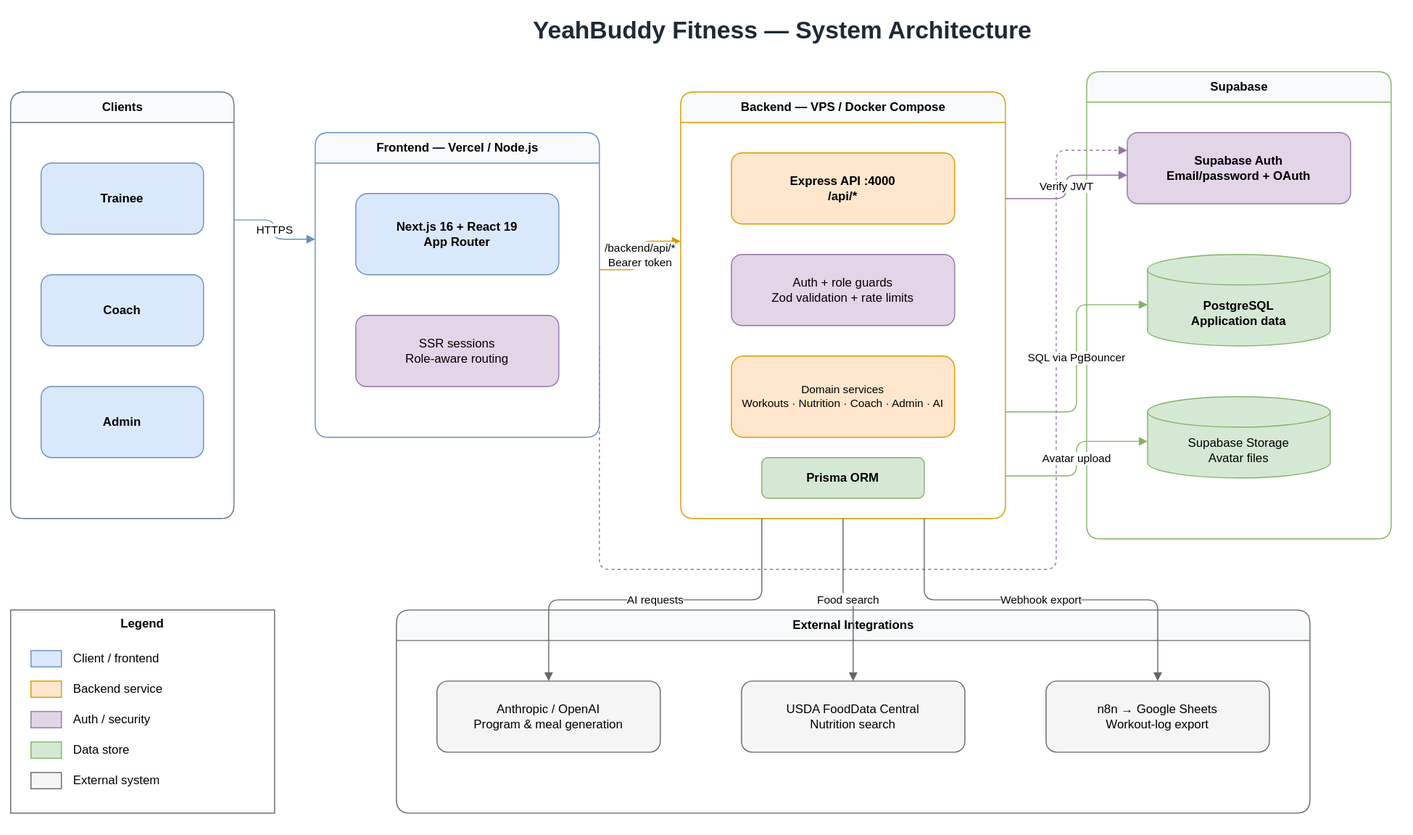
This is docs/architecture.drawio.svg from hominhduc-dev/fitness-tracking-webapp, a draw.io export, as it was before one commit. Source tidied: cells renumbered, new cells last; positions are measured from the earlier drawing's top-left corner, leaving out a move shared by most shapes.
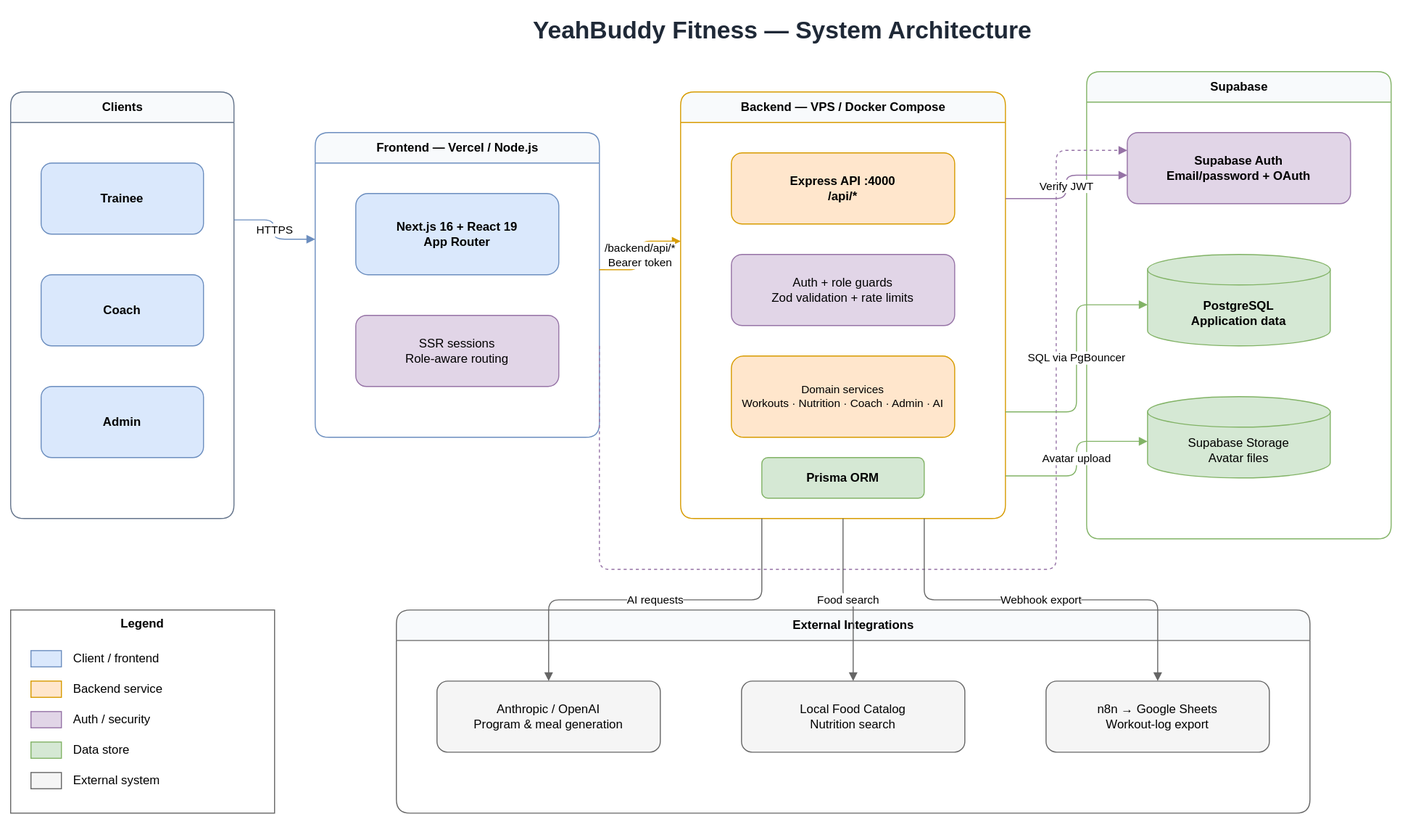
Above is the later version.

The edit, as a diff of the source:
```diff
@@ -59,7 +59,7 @@
     <mxCell id="20" value="Anthropic / OpenAI&#10;Program &amp; meal generation" style="rounded=1;whiteSpace=wrap;html=1;fillColor=#f5f5f5;strokeColor=#666666;" parent="19" vertex="1">
       <mxGeometry x="40" y="70" width="220" height="70" as="geometry" />
     </mxCell>
-    <mxCell id="21" value="USDA FoodData Central&#10;Nutrition search" style="rounded=1;whiteSpace=wrap;html=1;fillColor=#f5f5f5;strokeColor=#666666;" parent="19" vertex="1">
+    <mxCell id="21" value="Local Food Catalog&#10;Nutrition search" style="rounded=1;whiteSpace=wrap;html=1;fillColor=#f5f5f5;strokeColor=#666666;" parent="19" vertex="1">
       <mxGeometry x="340" y="70" width="220" height="70" as="geometry" />
     </mxCell>
     <mxCell id="22" value="n8n → Google Sheets&#10;Workout-log export" style="rounded=1;whiteSpace=wrap;html=1;fillColor=#f5f5f5;strokeColor=#666666;" parent="19" vertex="1">
```
